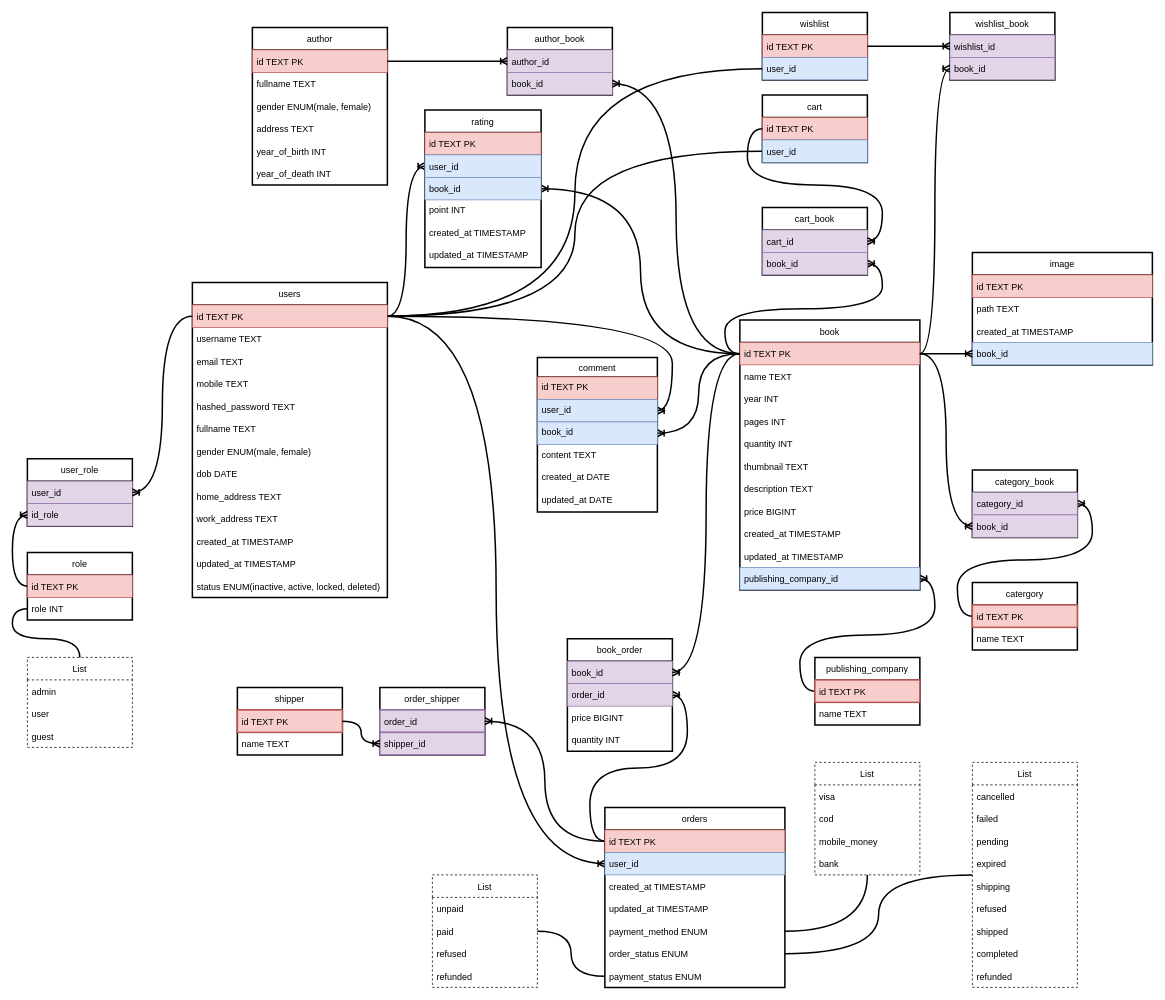
Above: database-design/database-design.drawio in theduonghn/Techmaster-Java-Project (draw.io), before the change. Source tidied: cells renumbered, new cells numbered last; positions are measured from the earlier drawing's top-left corner, leaving out a move shared by most shapes. Both pictures are drawn from the tidied source at 75%, with x=0, y=0 at pixel (27, 12).
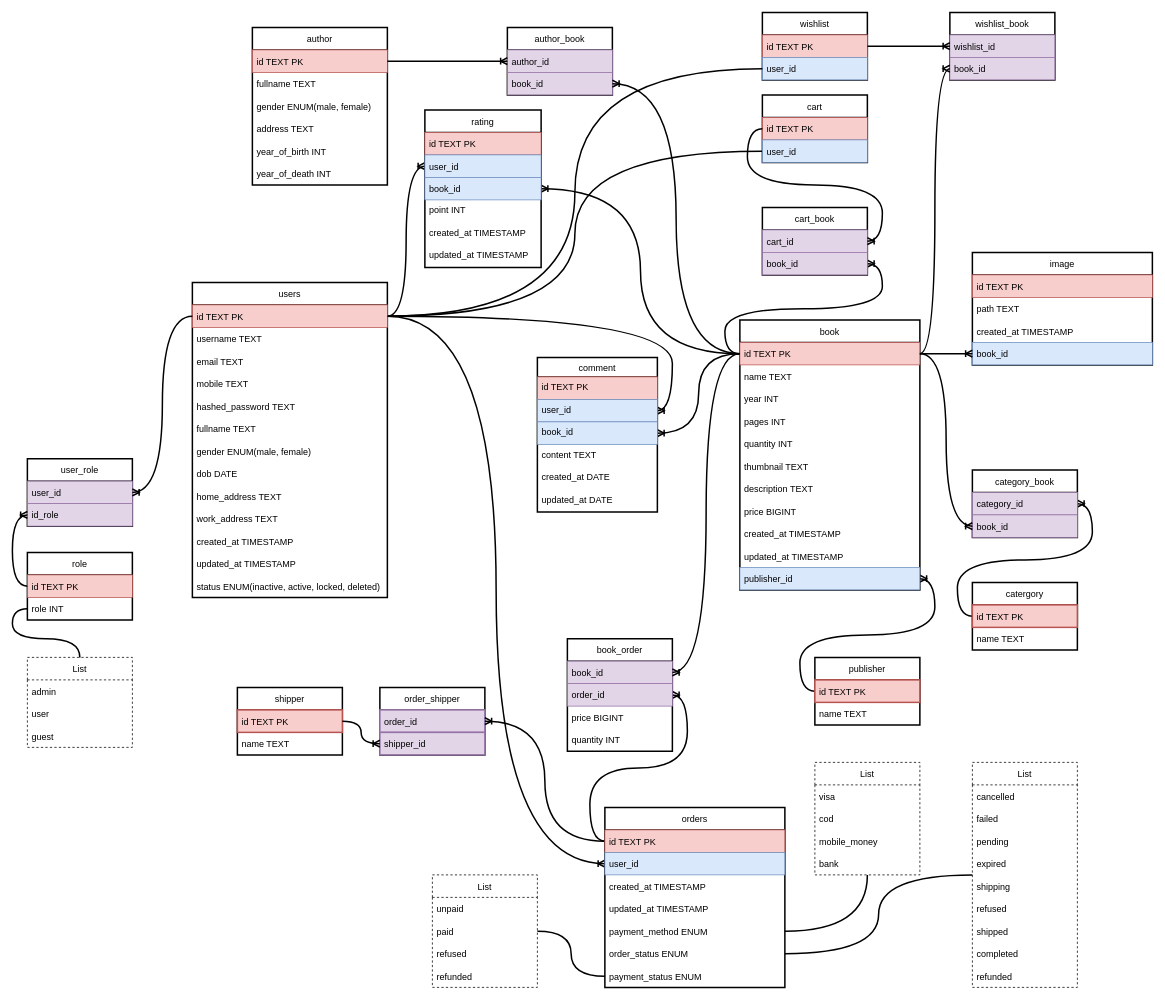
The same page after the edit.

Commit message (it also covers changes not shown here):
Rename publishing company to publisher

The change refers to these unchanged cells:
```xml
<mxCell id="82" value="book" style="swimlane;fontStyle=0;horizontal=1;startSize=30;strokeWidth=2;rounded=0;" parent="1" vertex="1">
  <mxGeometry x="950" y="410" width="240" height="360" as="geometry" />
</mxCell>
```

What changed in the source:
```diff
@@
-    <mxCell id="59" value="publishing_company" style="swimlane;fontStyle=0;horizontal=1;startSize=30;strokeColor=default;strokeWidth=2;rounded=0;" parent="1" vertex="1">
+    <mxCell id="59" value="publisher" style="swimlane;fontStyle=0;horizontal=1;startSize=30;strokeColor=default;strokeWidth=2;rounded=0;" parent="1" vertex="1">
       <mxGeometry x="1050" y="860" width="140" height="90" as="geometry" />
     </mxCell>
@@
-    <mxCell id="93" value="publishing_company_id" style="text;strokeColor=#6c8ebf;fillColor=#dae8fc;align=left;verticalAlign=middle;spacingLeft=4;spacingRight=4;overflow=hidden;points=[[0,0.5],[1,0.5]];portConstraint=eastwest;rounded=0;" parent="82" vertex="1">
+    <mxCell id="93" value="publisher_id" style="text;strokeColor=#6c8ebf;fillColor=#dae8fc;align=left;verticalAlign=middle;spacingLeft=4;spacingRight=4;overflow=hidden;points=[[0,0.5],[1,0.5]];portConstraint=eastwest;rounded=0;" parent="82" vertex="1">
       <mxGeometry y="330" width="240" height="30" as="geometry" />
     </mxCell>
```
